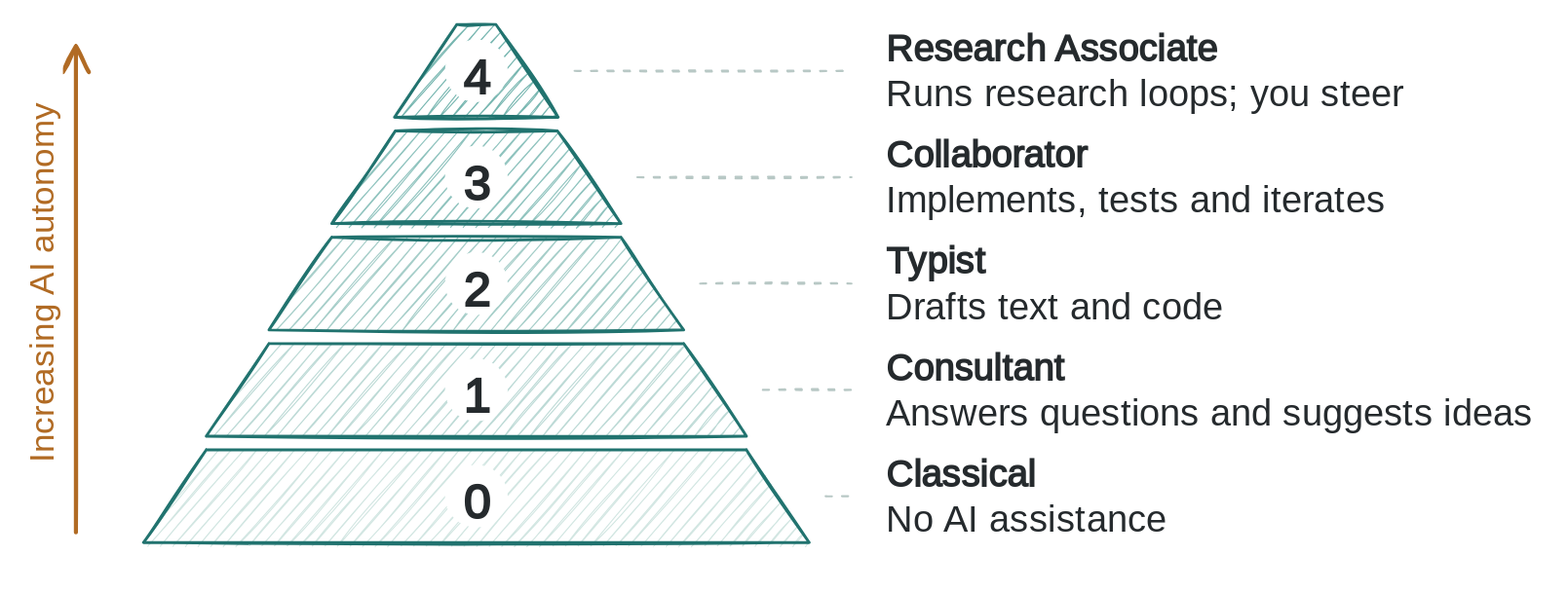
MathisRost/agentic-ai-math keeps this draw.io diagram as assets/ai_usage_levels.svg. Above is the earlier version. Source tidied: cells renumbered, new cells last; positions are measured from the earlier drawing's top-left corner, leaving out a move shared by most shapes.
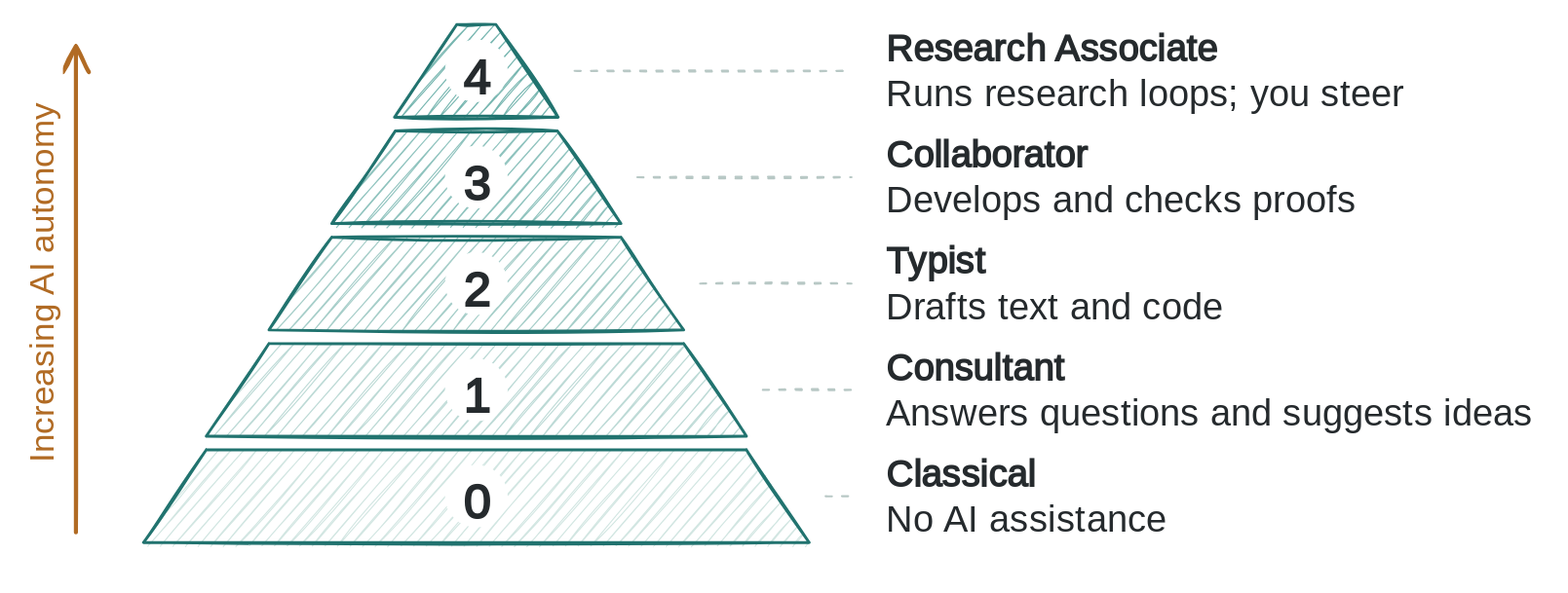
Above is the later version.

Diff of the diagram source:
```diff
@@ -35,7 +35,7 @@
     <mxCell id="12" value="&lt;b&gt;Research Associate&lt;/b&gt;&lt;br&gt;Runs research loops; you steer" style="text;html=1;strokeColor=none;fillColor=none;align=left;verticalAlign=middle;whiteSpace=wrap;rounded=0;fontFamily=Kalam;fontSize=27;fontColor=#252A2D;spacing=0;" parent="1" vertex="1">
       <mxGeometry x="780" width="475" height="76" as="geometry" />
     </mxCell>
-    <mxCell id="13" value="&lt;b&gt;Collaborator&lt;/b&gt;&lt;br&gt;Implements, tests and iterates" style="text;html=1;strokeColor=none;fillColor=none;align=left;verticalAlign=middle;whiteSpace=wrap;rounded=0;fontFamily=Kalam;fontSize=27;fontColor=#252A2D;spacing=0;" parent="1" vertex="1">
+    <mxCell id="13" value="&lt;b&gt;Collaborator&lt;/b&gt;&lt;br&gt;Develops and checks proofs" style="text;html=1;strokeColor=none;fillColor=none;align=left;verticalAlign=middle;whiteSpace=wrap;rounded=0;fontFamily=Kalam;fontSize=27;fontColor=#252A2D;spacing=0;" parent="1" vertex="1">
       <mxGeometry x="780" y="78" width="475" height="76" as="geometry" />
     </mxCell>
     <mxCell id="14" value="&lt;b&gt;Typist&lt;/b&gt;&lt;br&gt;Drafts text and code" style="text;html=1;strokeColor=none;fillColor=none;align=left;verticalAlign=middle;whiteSpace=wrap;rounded=0;fontFamily=Kalam;fontSize=27;fontColor=#252A2D;spacing=0;" parent="1" vertex="1">
```
